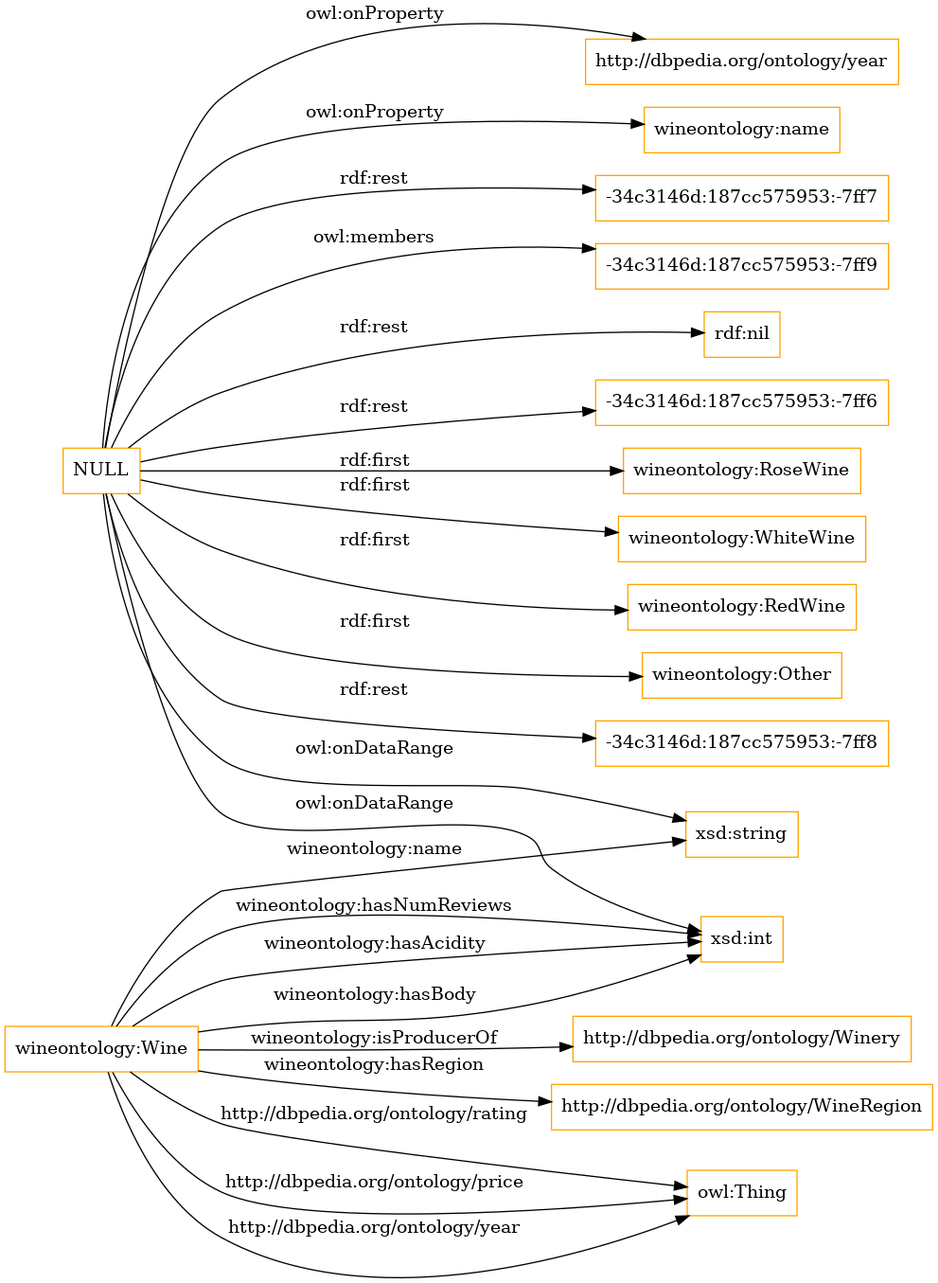
Earlier version of the Graphviz export OnToology/wines.rdf/diagrams/ar2dtool-class/wines.rdf.png (aizquierdode/PEC2). Its source is kept beside it as OnToology/wines.rdf/diagrams/ar2dtool-class/wines.rdf.png.dot.
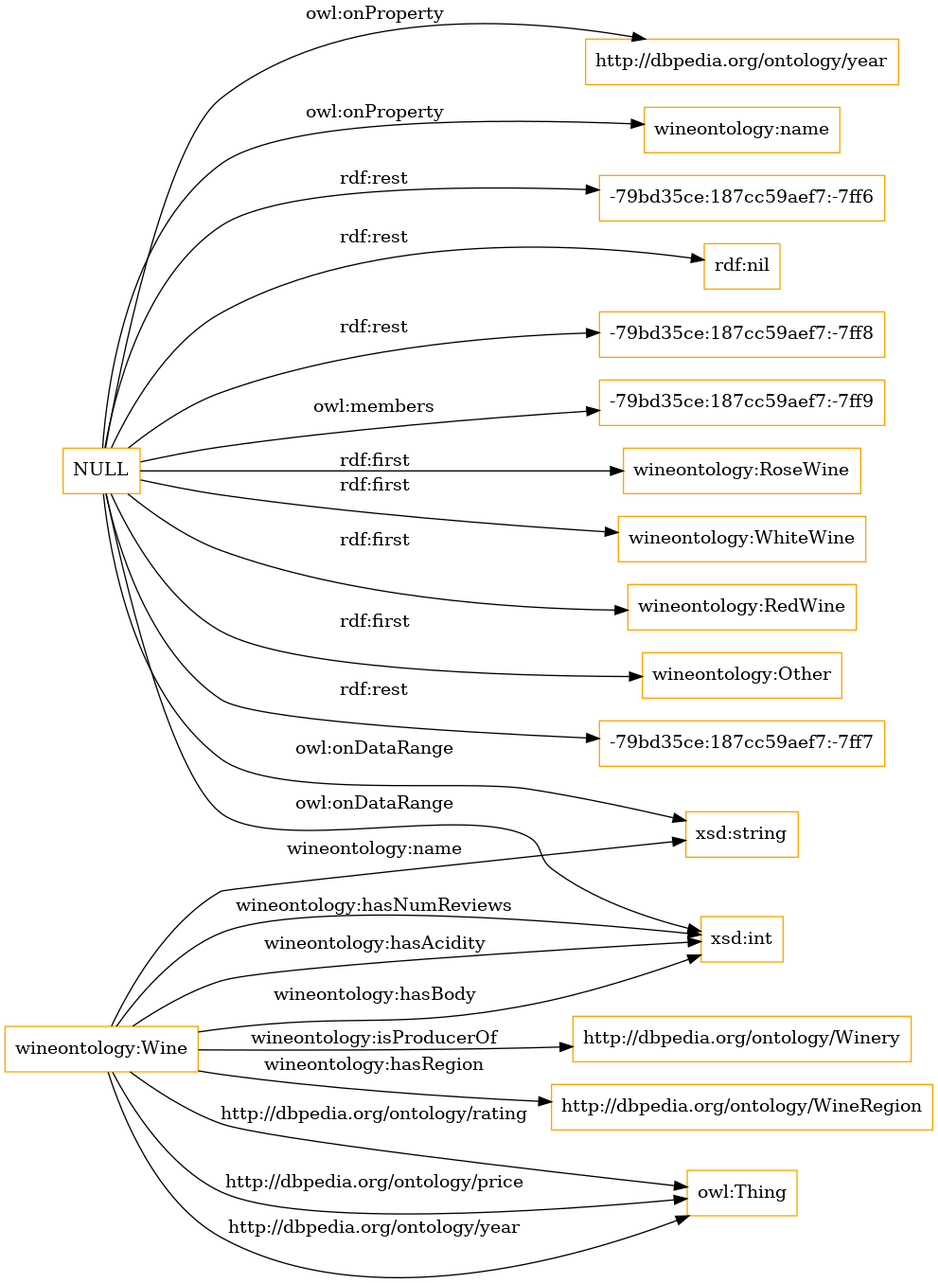
After the commit.

Change to the diagram source:
```diff
@@ -3,17 +3,17 @@
 size="1501"
 node [shape = rectangle, color="orange"]; "wineontology:RoseWine" "wineontology:Wine" "wineontology:WhiteWine" "wineontology:RedWine" "http://dbpedia.org/ontology/Winery" "http://dbpedia.org/ontology/WineRegion" "wineontology:Other" ; /*classes style*/
 	"NULL" -> "wineontology:WhiteWine" [ label = "rdf:first" ];
-	"NULL" -> "-34c3146d:187cc575953:-7ff8" [ label = "rdf:rest" ];
+	"NULL" -> "-79bd35ce:187cc59aef7:-7ff7" [ label = "rdf:rest" ];
 	"NULL" -> "http://dbpedia.org/ontology/year" [ label = "owl:onProperty" ];
 	"NULL" -> "wineontology:name" [ label = "owl:onProperty" ];
-	"NULL" -> "-34c3146d:187cc575953:-7ff7" [ label = "rdf:rest" ];
-	"NULL" -> "-34c3146d:187cc575953:-7ff9" [ label = "owl:members" ];
+	"NULL" -> "-79bd35ce:187cc59aef7:-7ff6" [ label = "rdf:rest" ];
 	"NULL" -> "rdf:nil" [ label = "rdf:rest" ];
 	"NULL" -> "wineontology:RedWine" [ label = "rdf:first" ];
 	"NULL" -> "xsd:string" [ label = "owl:onDataRange" ];
 	"NULL" -> "wineontology:Other" [ label = "rdf:first" ];
 	"NULL" -> "xsd:int" [ label = "owl:onDataRange" ];
-	"NULL" -> "-34c3146d:187cc575953:-7ff6" [ label = "rdf:rest" ];
+	"NULL" -> "-79bd35ce:187cc59aef7:-7ff8" [ label = "rdf:rest" ];
+	"NULL" -> "-79bd35ce:187cc59aef7:-7ff9" [ label = "owl:members" ];
 	"NULL" -> "wineontology:RoseWine" [ label = "rdf:first" ];
 	"wineontology:Wine" -> "http://dbpedia.org/ontology/WineRegion" [ label = "wineontology:hasRegion" ];
 	"wineontology:Wine" -> "xsd:int" [ label = "wineontology:hasAcidity" ];
```
